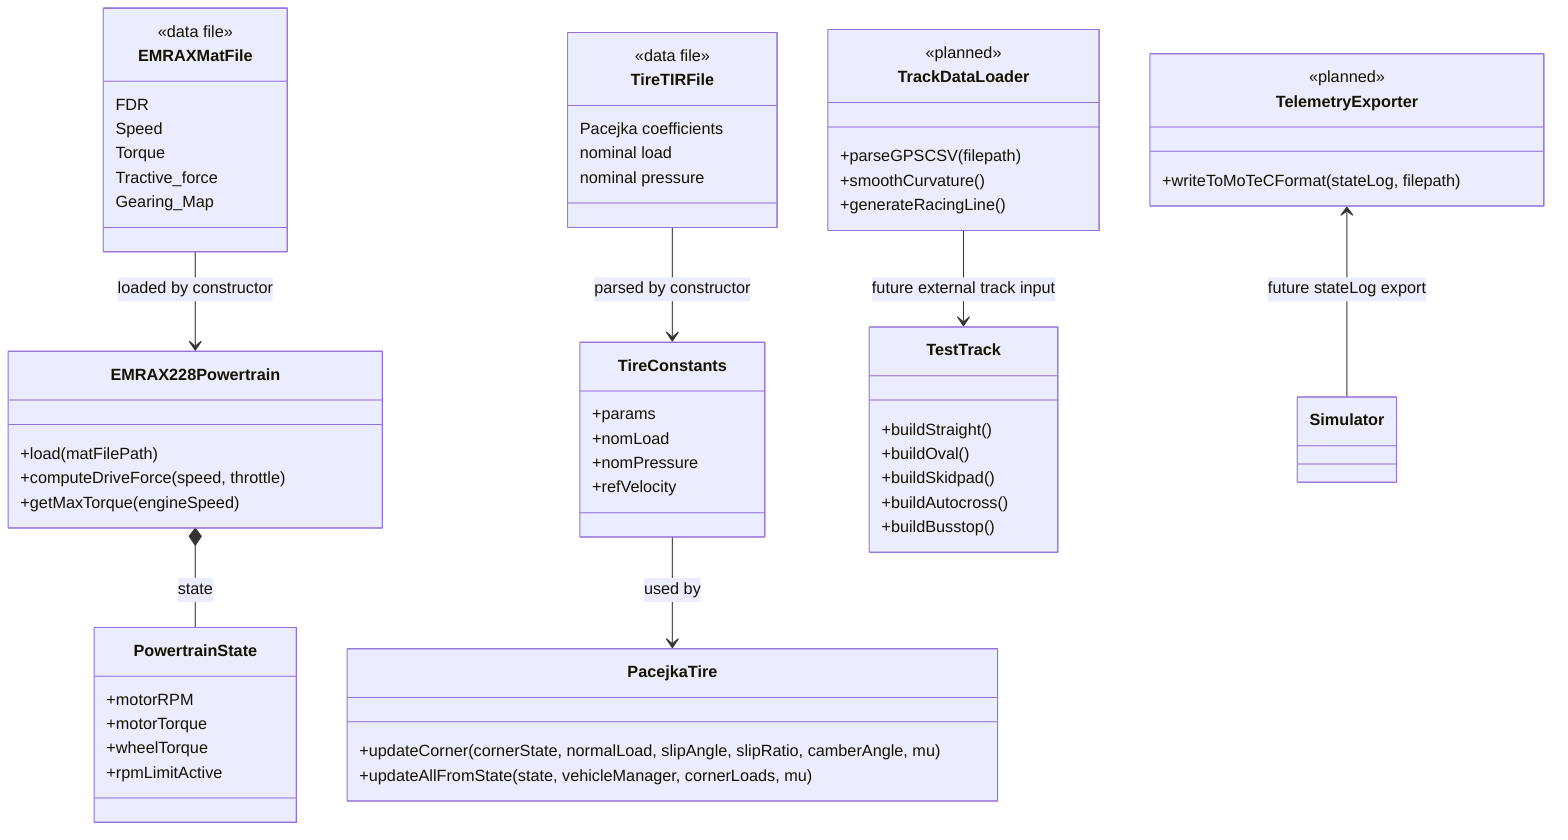
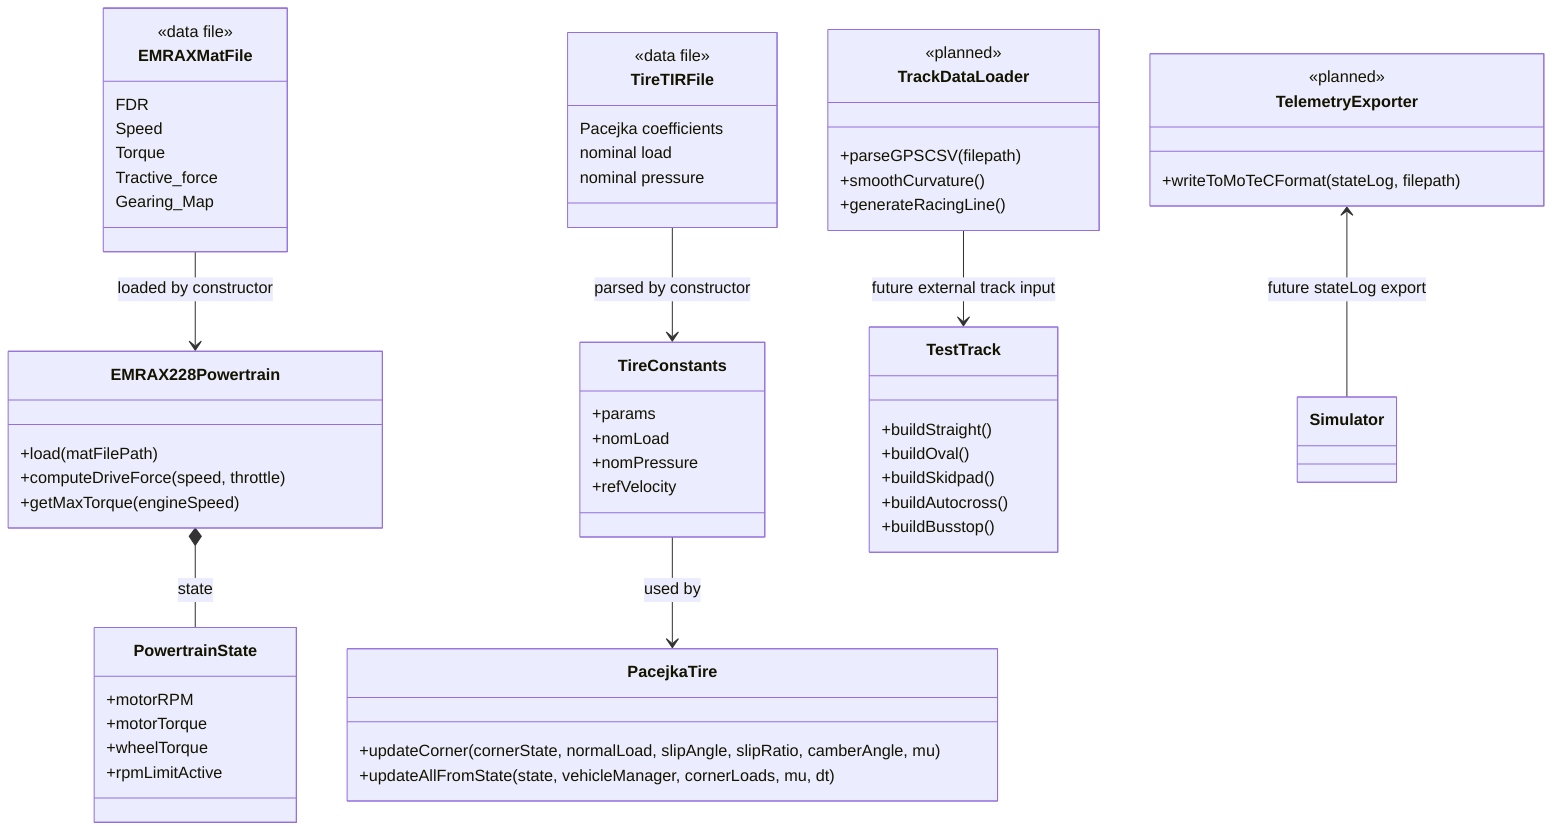
classDiagram
    class EMRAXMatFile {
        <<data file>>
        FDR
        Speed
        Torque
        Tractive_force
        Gearing_Map
    }

    class TireTIRFile {
        <<data file>>
        Pacejka coefficients
        nominal load
        nominal pressure
    }

    class EMRAX228Powertrain {
        +load(matFilePath)
        +computeDriveForce(speed, throttle)
        +getMaxTorque(engineSpeed)
    }

    class PowertrainState {
        +motorRPM
        +motorTorque
        +wheelTorque
        +rpmLimitActive
    }

    class TireConstants {
        +params
        +nomLoad
        +nomPressure
        +refVelocity
    }

    class PacejkaTire {
        +updateCorner(cornerState, normalLoad, slipAngle, slipRatio, camberAngle, mu)
-         +updateAllFromState(state, vehicleManager, cornerLoads, mu)
+         +updateAllFromState(state, vehicleManager, cornerLoads, mu, dt)
    }

    class TestTrack {
        +buildStraight()
        +buildOval()
        +buildSkidpad()
        +buildAutocross()
        +buildBusstop()
    }

    class TrackDataLoader {
        <<planned>>
        +parseGPSCSV(filepath)
        +smoothCurvature()
        +generateRacingLine()
    }

    class TelemetryExporter {
        <<planned>>
        +writeToMoTeCFormat(stateLog, filepath)
    }

    EMRAXMatFile --> EMRAX228Powertrain : loaded by constructor
    EMRAX228Powertrain *-- PowertrainState : state
    TireTIRFile --> TireConstants : parsed by constructor
    TireConstants --> PacejkaTire : used by
    TrackDataLoader --> TestTrack : future external track input
    TelemetryExporter <-- Simulator : future stateLog export
